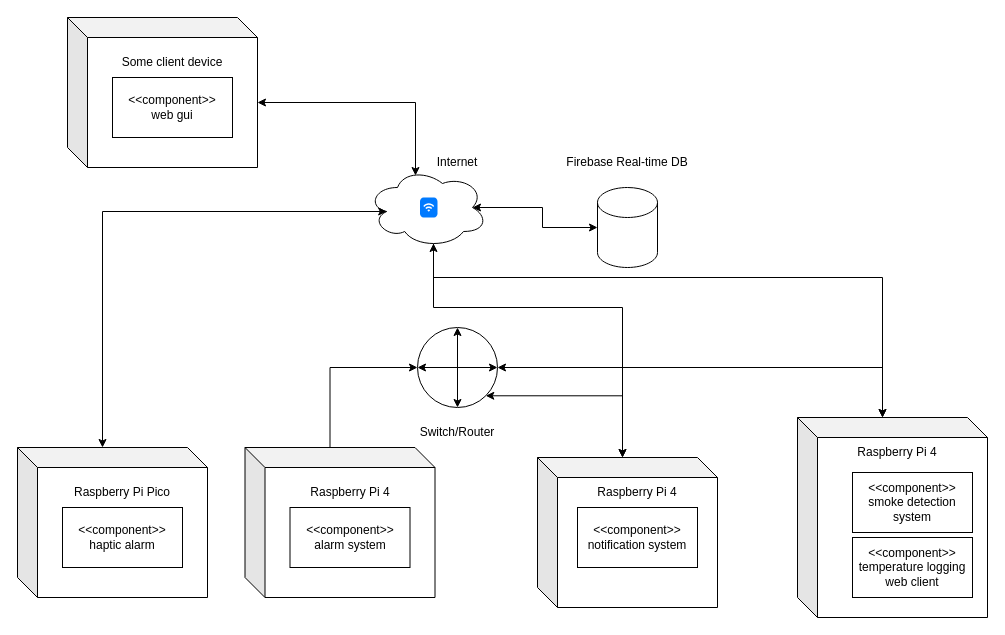
Before: docs/assets/FANSDeployment.drawio in SYSC3010-W24/sysc3010-project-l1-g8, a draw.io diagram. Source tidied: cells renumbered, new cells numbered last; positions are measured from the earlier drawing's top-left corner, leaving out a move shared by most shapes. Both pictures are drawn from the tidied source at 100%, with x=0, y=0 at pixel (17, 17).
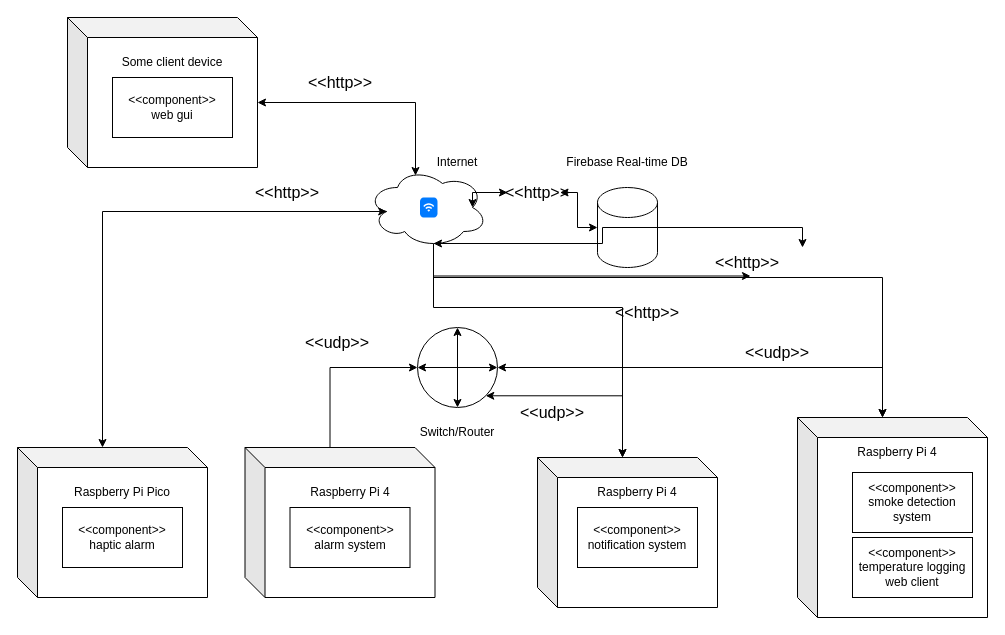
The same page after the edit.

Commit message (it also covers changes not shown here):
docs: updated deployment diagram to show communication protocols

The change refers to these unchanged cells:
```xml
<mxCell id="7" style="shape=cylinder3;whiteSpace=wrap;html=1;boundedLbl=1;backgroundOutline=1;size=15;" parent="1" vertex="1">
  <mxGeometry x="580" y="170" width="60" height="80" as="geometry" />
</mxCell>
<mxCell id="10" style="ellipse;shape=cloud;whiteSpace=wrap;html=1;" parent="1" vertex="1">
  <mxGeometry x="350" y="150" width="120" height="80" as="geometry" />
</mxCell>
<mxCell id="21" style="shape=cube;whiteSpace=wrap;html=1;boundedLbl=1;backgroundOutline=1;darkOpacity=0.05;darkOpacity2=0.1;" parent="1" vertex="1">
  <mxGeometry x="780" y="400" width="190" height="200" as="geometry" />
</mxCell>
```

The edit, as a diff of the source:
```diff
@@
-    <mxCell id="20" style="edgeStyle=orthogonalEdgeStyle;rounded=0;jettySize=auto;html=1;exitX=0;exitY=0.5;exitDx=0;exitDy=0;exitPerimeter=0;entryX=0.875;entryY=0.5;entryDx=0;entryDy=0;entryPerimeter=0;startArrow=classic;startFill=1;" parent="1" edge="1" source="7" target="10">
+    <mxCell id="20" style="edgeStyle=orthogonalEdgeStyle;rounded=0;jettySize=auto;html=1;exitX=0;exitY=0.5;exitDx=0;exitDy=0;exitPerimeter=0;entryX=0.875;entryY=0.5;entryDx=0;entryDy=0;entryPerimeter=0;startArrow=classic;startFill=1;" parent="1" edge="1" source="38" target="10">
       <mxGeometry relative="1" as="geometry" />
     </mxCell>
@@
-    <mxCell id="26" style="edgeStyle=orthogonalEdgeStyle;rounded=0;jettySize=auto;html=1;exitX=0.55;exitY=0.95;exitDx=0;exitDy=0;exitPerimeter=0;startArrow=classic;startFill=1;entryX=0;entryY=0;entryDx=85;entryDy=0;entryPerimeter=0;" parent="1" edge="1" source="10" target="21">
+    <mxCell id="26" style="edgeStyle=orthogonalEdgeStyle;rounded=0;jettySize=auto;html=1;exitX=0.55;exitY=0.95;exitDx=0;exitDy=0;exitPerimeter=0;startArrow=classic;startFill=1;entryX=0;entryY=0;entryDx=85;entryDy=0;entryPerimeter=0;" parent="1" edge="1" source="40" target="21">
       <mxGeometry relative="1" as="geometry">
         <Array as="points">
           <mxPoint x="416" y="260" />
           <mxPoint x="865" y="260" />
         </Array>
       </mxGeometry>
     </mxCell>
@@
+    <mxCell id="35" value="&amp;lt;&amp;lt;http&amp;gt;&amp;gt;" style="text;html=1;strokeColor=none;fillColor=none;align=center;verticalAlign=middle;whiteSpace=wrap;rounded=0;fontSize=16;" parent="1" vertex="1">
+      <mxGeometry x="292.5" y="50" width="60" height="30" as="geometry" />
+    </mxCell>
+    <mxCell id="36" value="&amp;lt;&amp;lt;http&amp;gt;&amp;gt;" style="text;html=1;strokeColor=none;fillColor=none;align=center;verticalAlign=middle;whiteSpace=wrap;rounded=0;fontSize=16;" parent="1" vertex="1">
+      <mxGeometry x="240" y="160" width="60" height="30" as="geometry" />
+    </mxCell>
+    <mxCell id="37" style="edgeStyle=orthogonalEdgeStyle;rounded=0;jettySize=auto;html=1;exitX=0;exitY=0.5;exitDx=0;exitDy=0;exitPerimeter=0;entryX=0.875;entryY=0.5;entryDx=0;entryDy=0;entryPerimeter=0;startArrow=classic;startFill=1;" parent="1" edge="1" source="7" target="38">
+      <mxGeometry relative="1" as="geometry" />
+    </mxCell>
+    <mxCell id="38" value="&amp;lt;&amp;lt;http&amp;gt;&amp;gt;" style="text;html=1;strokeColor=none;fillColor=none;align=center;verticalAlign=middle;whiteSpace=wrap;rounded=0;fontSize=16;" parent="1" vertex="1">
+      <mxGeometry x="490" y="160" width="60" height="30" as="geometry" />
+    </mxCell>
+    <mxCell id="39" style="edgeStyle=orthogonalEdgeStyle;rounded=0;jettySize=auto;html=1;exitX=0.55;exitY=0.95;exitDx=0;exitDy=0;exitPerimeter=0;startArrow=classic;startFill=1;entryX=0;entryY=0;entryDx=85;entryDy=0;entryPerimeter=0;" parent="1" edge="1" source="10" target="40">
+      <mxGeometry relative="1" as="geometry" />
+    </mxCell>
+    <mxCell id="40" value="&amp;lt;&amp;lt;http&amp;gt;&amp;gt;" style="text;html=1;strokeColor=none;fillColor=none;align=center;verticalAlign=middle;whiteSpace=wrap;rounded=0;fontSize=16;" parent="1" vertex="1">
+      <mxGeometry x="700" y="230" width="60" height="30" as="geometry" />
+    </mxCell>
+    <mxCell id="41" value="&amp;lt;&amp;lt;http&amp;gt;&amp;gt;" style="text;html=1;strokeColor=none;fillColor=none;align=center;verticalAlign=middle;whiteSpace=wrap;rounded=0;fontSize=16;" parent="1" vertex="1">
+      <mxGeometry x="600" y="280" width="60" height="30" as="geometry" />
+    </mxCell>
+    <mxCell id="42" value="&amp;lt;&amp;lt;udp&amp;gt;&amp;gt;" style="text;html=1;strokeColor=none;fillColor=none;align=center;verticalAlign=middle;whiteSpace=wrap;rounded=0;fontSize=16;" parent="1" vertex="1">
+      <mxGeometry x="290" y="310" width="60" height="30" as="geometry" />
+    </mxCell>
+    <mxCell id="43" value="&amp;lt;&amp;lt;udp&amp;gt;&amp;gt;" style="text;html=1;strokeColor=none;fillColor=none;align=center;verticalAlign=middle;whiteSpace=wrap;rounded=0;fontSize=16;" parent="1" vertex="1">
+      <mxGeometry x="505" y="380" width="60" height="30" as="geometry" />
+    </mxCell>
+    <mxCell id="44" value="&amp;lt;&amp;lt;udp&amp;gt;&amp;gt;" style="text;html=1;strokeColor=none;fillColor=none;align=center;verticalAlign=middle;whiteSpace=wrap;rounded=0;fontSize=16;" parent="1" vertex="1">
+      <mxGeometry x="730" y="320" width="60" height="30" as="geometry" />
+    </mxCell>
```
